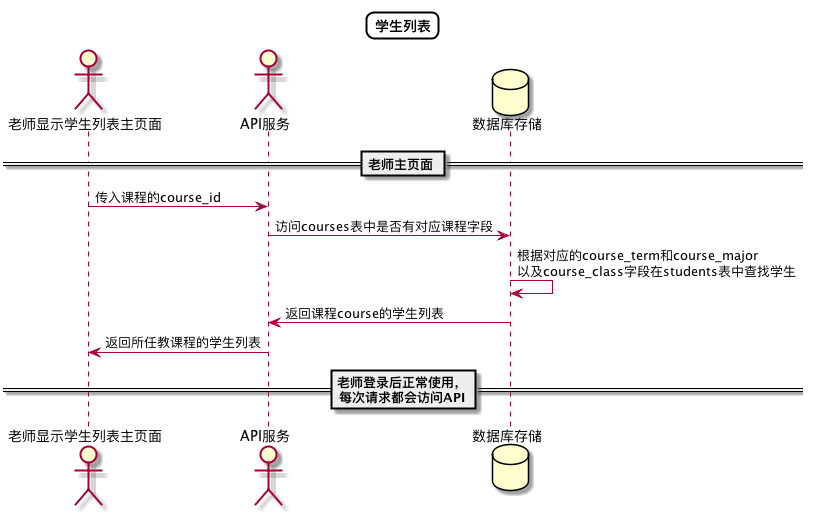
This is out/test6/sequence/学生列表1/学生列表1.png from Landy7/is_analysis, a PlantUML export, as it was before one commit. The source it was exported from:
```plantuml
@startuml
skinparam titleBorderRoundCorner 15
skinparam titleBorderThickness 2
skinparam titleBorderColor #Black
skinparam titleFontSize 24
Title 学生列表


actor 老师显示学生列表主页面
actor API服务
database 数据库存储

== 老师主页面 ==
老师显示学生列表主页面->API服务:传入课程的course_id
API服务->数据库存储:访问courses表中是否有对应课程字段
数据库存储->数据库存储:根据对应的course_term和course_major\n以及course_class字段在students表中查找学生
数据库存储->API服务:返回课程course的学生列表
API服务->老师显示学生列表主页面:返回所任教课程的学生列表
== 老师登录后正常使用，\n每次请求都会访问API==

@enduml
```
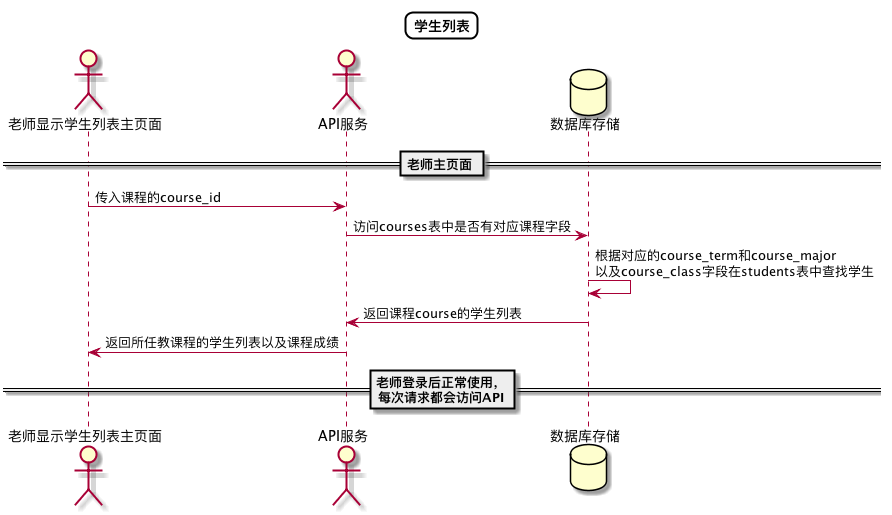
Above is the later version.

Diff of the diagram source:
```diff
@@ -15,7 +15,7 @@
 API服务->数据库存储:访问courses表中是否有对应课程字段
 数据库存储->数据库存储:根据对应的course_term和course_major\n以及course_class字段在students表中查找学生
 数据库存储->API服务:返回课程course的学生列表
-API服务->老师显示学生列表主页面:返回所任教课程的学生列表
+API服务->老师显示学生列表主页面:返回所任教课程的学生列表以及课程成绩
 == 老师登录后正常使用，\n每次请求都会访问API==
 
 @enduml
```
